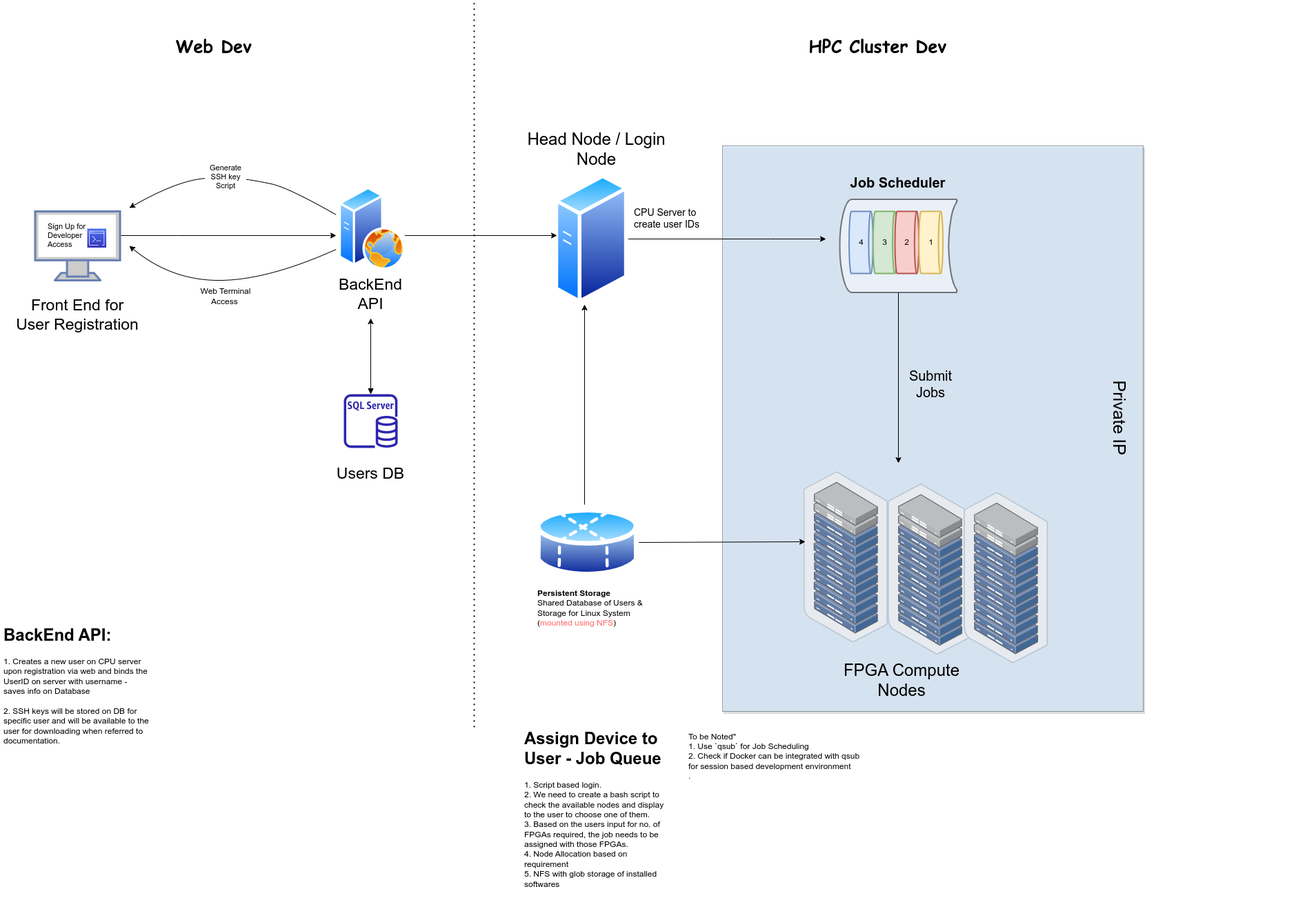
belanasaikiran/FlowCharts keeps this draw.io diagram as LightSpeed Developer Access for Cloud Deployment.drawio.png. Above is the earlier version. Source tidied: cells renumbered, new cells last; positions are measured from the earlier drawing's top-left corner, leaving out a move shared by most shapes.
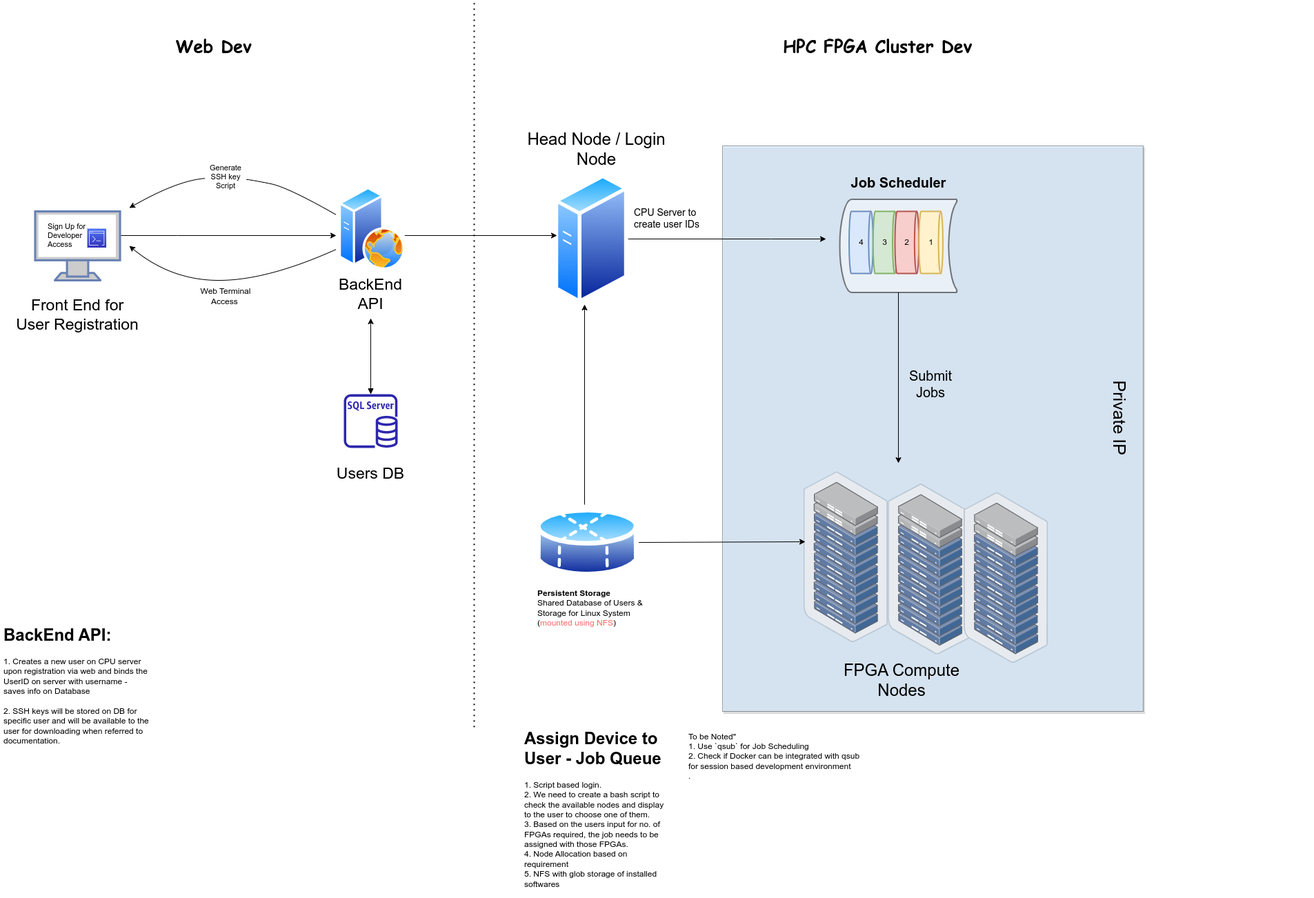
The same file after the commit.

The edit, as a diff of the source:
```diff
@@ -166,7 +166,7 @@
     <mxCell id="40" value="&lt;b&gt;&lt;font face=&quot;Comic Sans MS&quot;&gt;Web Dev&lt;/font&gt;&lt;/b&gt;" style="text;html=1;strokeColor=none;fillColor=none;align=center;verticalAlign=middle;whiteSpace=wrap;rounded=0;fontSize=25;" parent="1" vertex="1">
       <mxGeometry x="222" y="50" width="175" height="30" as="geometry" />
     </mxCell>
-    <mxCell id="41" value="&lt;b&gt;&lt;font face=&quot;Comic Sans MS&quot;&gt;HPC Cluster Dev&lt;/font&gt;&lt;/b&gt;" style="text;html=1;strokeColor=none;fillColor=none;align=center;verticalAlign=middle;whiteSpace=wrap;rounded=0;fontSize=25;" parent="1" vertex="1">
+    <mxCell id="41" value="&lt;b&gt;&lt;font face=&quot;Comic Sans MS&quot;&gt;HPC FPGA Cluster Dev&lt;/font&gt;&lt;/b&gt;" style="text;html=1;strokeColor=none;fillColor=none;align=center;verticalAlign=middle;whiteSpace=wrap;rounded=0;fontSize=25;" parent="1" vertex="1">
       <mxGeometry x="1077" y="50" width="390" height="30" as="geometry" />
     </mxCell>
     <mxCell id="42" style="endArrow=classic;html=1;rounded=0;" parent="1" edge="1" source="35">
```
